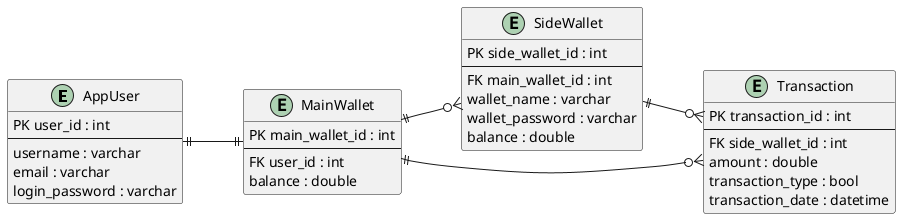
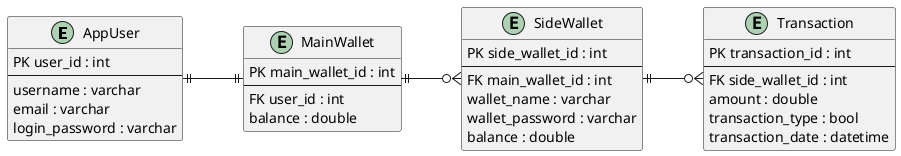
@startuml
left to right direction
entity AppUser {
  PK user_id : int
  --
  username : varchar
  email : varchar
  login_password : varchar
}
entity MainWallet {
  PK main_wallet_id : int
  --
  FK user_id : int
  balance : double
}
entity SideWallet {
  PK side_wallet_id : int
  --
  FK main_wallet_id : int
  wallet_name : varchar
  wallet_password : varchar
  balance : double
}
entity Transaction {
  PK transaction_id : int
  --
  FK side_wallet_id : int
  amount : double
  transaction_type : bool
  transaction_date : datetime
}
AppUser ||--|| MainWallet
MainWallet ||--o{ SideWallet
- MainWallet ||--o{ Transaction
SideWallet ||--o{ Transaction
- @enduml+ @enduml
